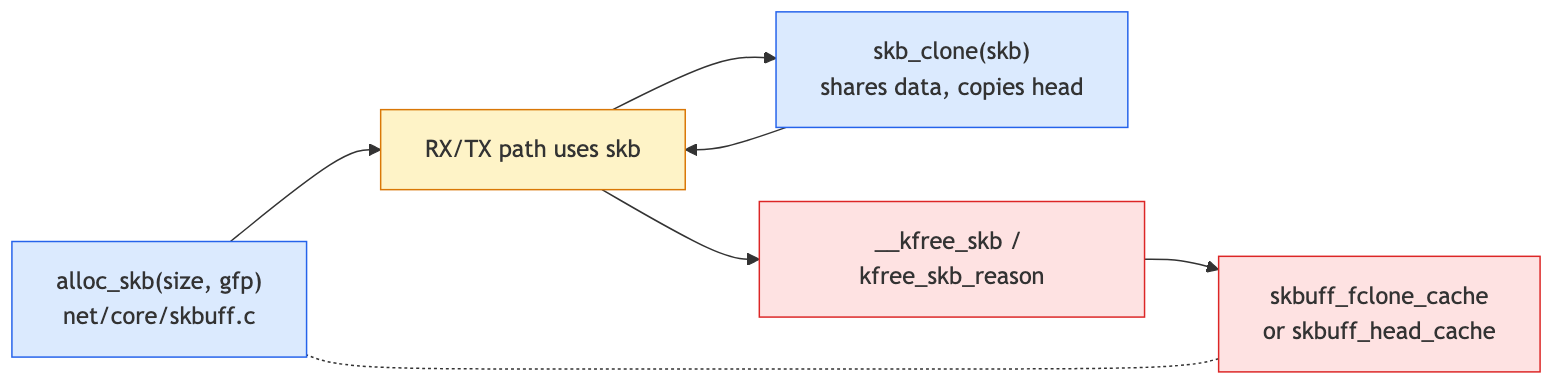
Earlier version of the Mermaid export linux-net/src/diagrams/day01_skb_lifecycle.png (biefy/books). Its source is kept beside it as linux-net/src/diagrams/src/day01_skb_lifecycle.mmd.
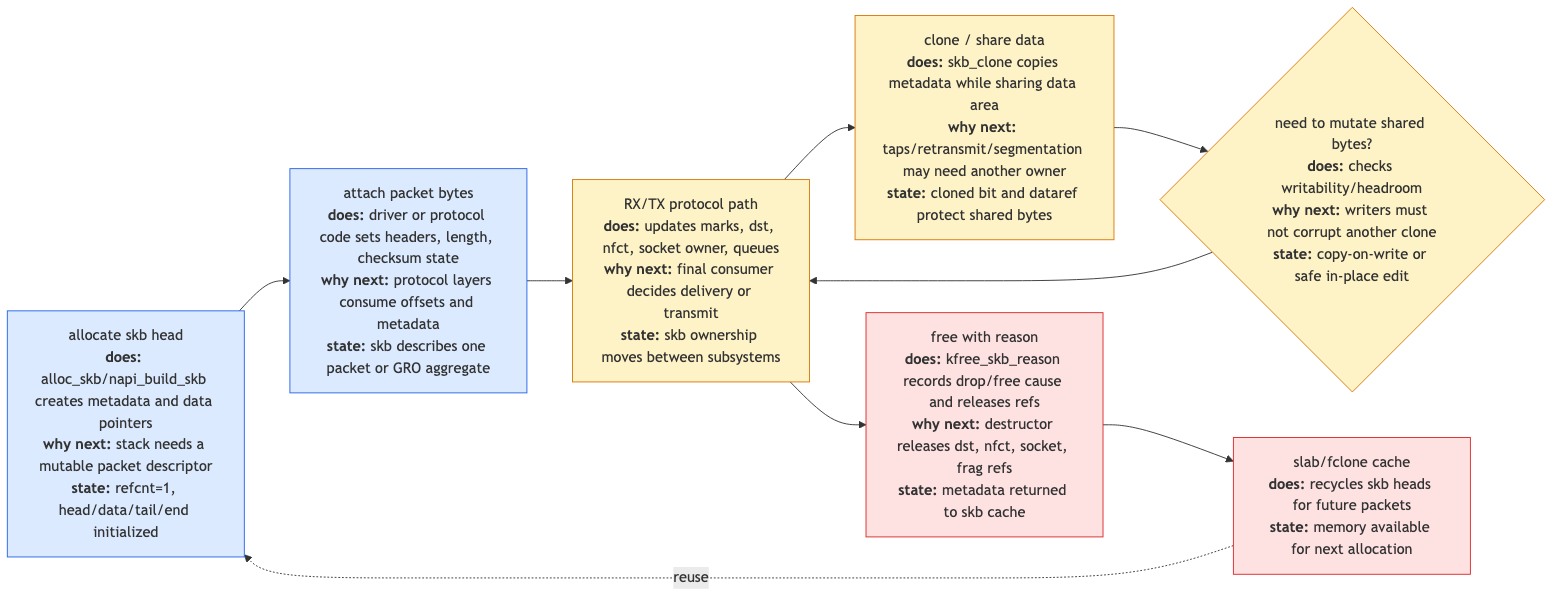
After the change.

Change to the diagram source:
```diff
@@ -1,18 +1,19 @@
 flowchart LR
-    Alloc["alloc_skb(size, gfp)<br/>net/core/skbuff.c"]
-    Clone["skb_clone(skb)<br/>shares data, copies head"]
-    Use["RX/TX path uses skb"]
-    Free["__kfree_skb / kfree_skb_reason"]
-    Cache["skbuff_fclone_cache<br/>or skbuff_head_cache"]
+    Alloc["allocate skb head<br/><b>does:</b> alloc_skb/napi_build_skb creates metadata and data pointers<br/><b>why next:</b> stack needs a mutable packet descriptor<br/><b>state:</b> refcnt=1, head/data/tail/end initialized"]
+    Fill["attach packet bytes<br/><b>does:</b> driver or protocol code sets headers, length, checksum state<br/><b>why next:</b> protocol layers consume offsets and metadata<br/><b>state:</b> skb describes one packet or GRO aggregate"]
+    Share["clone / share data<br/><b>does:</b> skb_clone copies metadata while sharing data area<br/><b>why next:</b> taps/retransmit/segmentation may need another owner<br/><b>state:</b> cloned bit and dataref protect shared bytes"]
+    Mutate{"need to mutate shared bytes?<br/><b>does:</b> checks writability/headroom<br/><b>why next:</b> writers must not corrupt another clone<br/><b>state:</b> copy-on-write or safe in-place edit"}
+    Use["RX/TX protocol path<br/><b>does:</b> updates marks, dst, nfct, socket owner, queues<br/><b>why next:</b> final consumer decides delivery or transmit<br/><b>state:</b> skb ownership moves between subsystems"]
+    Drop["free with reason<br/><b>does:</b> kfree_skb_reason records drop/free cause and releases refs<br/><b>why next:</b> destructor releases dst, nfct, socket, frag refs<br/><b>state:</b> metadata returned to skb cache"]
+    Cache["slab/fclone cache<br/><b>does:</b> recycles skb heads for future packets<br/><b>state:</b> memory available for next allocation"]
 
-    Alloc --> Use
-    Use --> Clone --> Use
-    Use --> Free --> Cache
-    Cache -.- Alloc
+    Alloc --> Fill --> Use
+    Use --> Share --> Mutate --> Use
+    Use --> Drop --> Cache -. reuse .-> Alloc
 
     classDef alloc fill:#dbeafe,stroke:#2563eb
     classDef use fill:#fef3c7,stroke:#d97706
     classDef free fill:#fee2e2,stroke:#dc2626
-    class Alloc,Clone alloc
-    class Use use
-    class Free,Cache free
+    class Alloc,Fill alloc
+    class Share,Mutate,Use use
+    class Drop,Cache free
```
